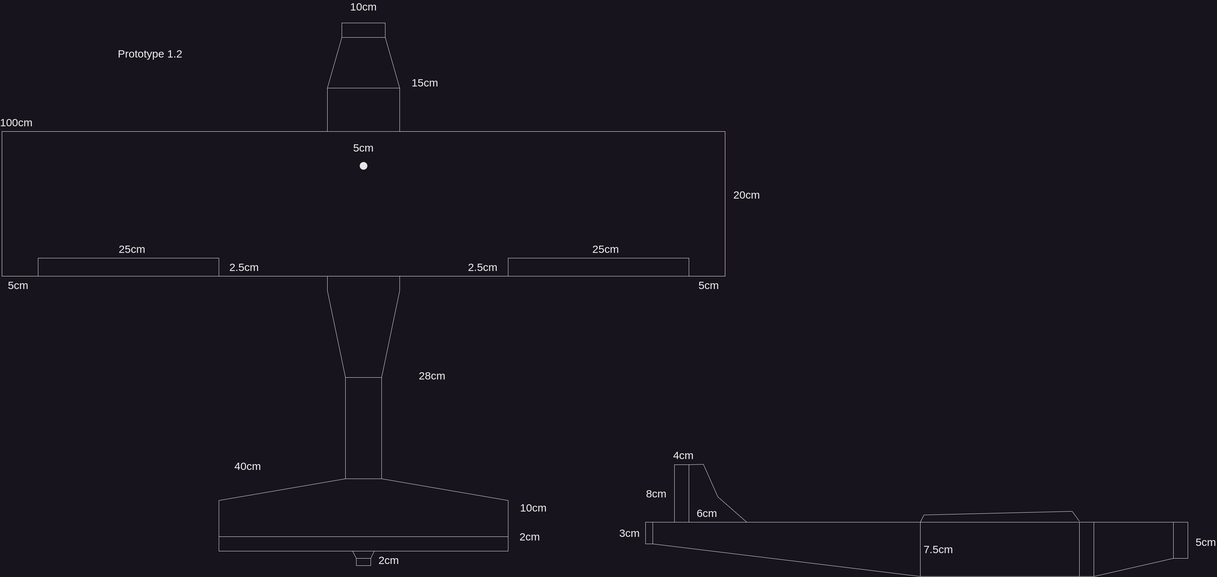
Before: resources/plane.png, a diagram exported from draw.io (dev-jtemel/rc_plane). Source tidied: cells renumbered, new cells last; positions are measured from the earlier drawing's top-left corner, leaving out a move shared by most shapes.
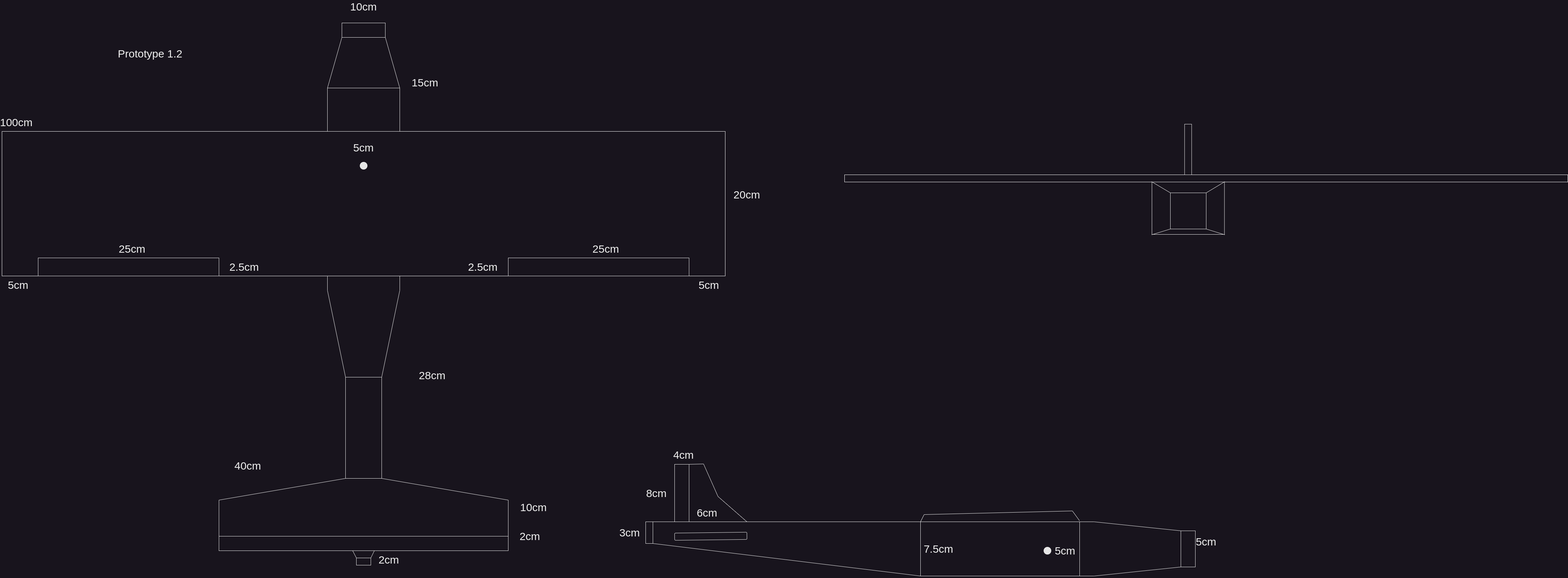
After the commit.

Change to the diagram source:
```diff
@@ -2,6 +2,12 @@
   <root>
     <mxCell id="0" />
     <mxCell id="1" parent="0" />
+    <mxCell id="52" style="rounded=0;whiteSpace=wrap;html=1;fillColor=none;fontColor=#ffffff;strokeColor=#FFFFFF;fontSize=30;" parent="1" vertex="1">
+      <mxGeometry x="2330" y="480" width="2000" height="20" as="geometry" />
+    </mxCell>
+    <mxCell id="53" style="rounded=0;whiteSpace=wrap;html=1;fillColor=none;perimeterSpacing=1;shadow=0;glass=0;" parent="1" vertex="1">
+      <mxGeometry x="3180" y="500" width="200.5" height="145" as="geometry" />
+    </mxCell>
     <mxCell id="2" style="rounded=0;whiteSpace=wrap;html=1;fillColor=none;fontColor=#ffffff;strokeColor=#FFFFFF;fontSize=30;" parent="1" vertex="1">
       <mxGeometry y="360" width="2000" height="400" as="geometry" />
     </mxCell>
@@ -141,9 +147,11 @@
     <mxCell id="40" style="rounded=0;whiteSpace=wrap;html=1;" parent="1" vertex="1">
       <mxGeometry x="1780" y="1440" width="20" height="60" as="geometry" />
     </mxCell>
-    <mxCell id="41" style="endArrow=none;html=1;rounded=0;exitX=1;exitY=0;exitDx=0;exitDy=0;entryX=1;entryY=0;entryDx=0;entryDy=0;" parent="1" edge="1" source="40">
+    <mxCell id="41" style="endArrow=none;html=1;rounded=0;exitX=1;exitY=0;exitDx=0;exitDy=0;entryX=0;entryY=0;entryDx=0;entryDy=0;" parent="1" edge="1" source="40" target="46">
       <mxGeometry relative="1" as="geometry">
-        <mxPoint x="3280" y="1440" as="targetPoint" />
+        <Array as="points">
+          <mxPoint x="3020" y="1440" />
+        </Array>
       </mxGeometry>
     </mxCell>
     <mxCell id="42" value="4cm" style="text;html=1;strokeColor=none;fillColor=none;align=center;verticalAlign=middle;whiteSpace=wrap;rounded=0;fontSize=30;" parent="1" vertex="1">
@@ -159,10 +167,14 @@
       <mxGeometry relative="1" as="geometry" />
     </mxCell>
     <mxCell id="46" style="rounded=0;whiteSpace=wrap;html=1;fillColor=none;" parent="1" vertex="1">
-      <mxGeometry x="3240" y="1440" width="40" height="100" as="geometry" />
+      <mxGeometry x="3260" y="1465" width="40" height="100" as="geometry" />
     </mxCell>
-    <mxCell id="47" style="endArrow=none;html=1;rounded=0;entryX=0;entryY=1;entryDx=0;entryDy=0;exitX=1;exitY=1;exitDx=0;exitDy=0;" parent="1" edge="1" source="51" target="46">
-      <mxGeometry relative="1" as="geometry" />
+    <mxCell id="47" style="endArrow=none;html=1;rounded=0;entryX=0;entryY=1;entryDx=0;entryDy=0;exitX=1;exitY=1;exitDx=0;exitDy=0;" parent="1" edge="1" source="44" target="46">
+      <mxGeometry relative="1" as="geometry">
+        <Array as="points">
+          <mxPoint x="3020" y="1590" />
+        </Array>
+      </mxGeometry>
     </mxCell>
     <mxCell id="48" style="endArrow=none;html=1;rounded=0;entryX=0.999;entryY=-0.021;entryDx=0;entryDy=0;entryPerimeter=0;exitX=0;exitY=0;exitDx=0;exitDy=0;" parent="1" edge="1" source="44" target="44">
       <mxGeometry relative="1" as="geometry">
@@ -178,8 +190,32 @@
     <mxCell id="50" value="5cm" style="text;html=1;strokeColor=none;fillColor=none;align=center;verticalAlign=middle;whiteSpace=wrap;rounded=0;fontSize=30;" parent="1" vertex="1">
       <mxGeometry x="3300" y="1480" width="60" height="30" as="geometry" />
     </mxCell>
-    <mxCell id="51" style="rounded=0;whiteSpace=wrap;html=1;fillColor=none;" parent="1" vertex="1">
-      <mxGeometry x="2980" y="1440" width="40" height="150" as="geometry" />
-    </mxCell>
+    <mxCell id="54" style="ellipse;whiteSpace=wrap;html=1;direction=south;fillColor=#E6E6E6;fontSize=30;" parent="1" vertex="1">
+      <mxGeometry x="2881" y="1510" width="20" height="20" as="geometry" />
+    </mxCell>
+    <mxCell id="55" value="5cm" style="text;html=1;strokeColor=none;fillColor=none;align=center;verticalAlign=middle;whiteSpace=wrap;rounded=0;fontSize=30;" parent="1" vertex="1">
+      <mxGeometry x="2910" y="1505" width="60" height="30" as="geometry" />
+    </mxCell>
+    <mxCell id="56" style="rounded=1;whiteSpace=wrap;html=1;fillColor=none;rotation=-0.7;" parent="1" vertex="1">
+      <mxGeometry x="1860" y="1470" width="200" height="20" as="geometry" />
+    </mxCell>
+    <mxCell id="57" style="rounded=0;whiteSpace=wrap;html=1;fillColor=none;" parent="1" vertex="1">
+      <mxGeometry x="3231" y="530" width="99" height="100" as="geometry" />
+    </mxCell>
+    <mxCell id="58" style="endArrow=none;html=1;rounded=0;entryX=1;entryY=0;entryDx=0;entryDy=0;exitX=1;exitY=0;exitDx=0;exitDy=0;" parent="1" edge="1" source="57" target="53">
+      <mxGeometry relative="1" as="geometry" />
+    </mxCell>
+    <mxCell id="59" style="endArrow=none;html=1;rounded=0;entryX=0;entryY=0;entryDx=0;entryDy=0;exitX=0;exitY=0;exitDx=0;exitDy=0;" parent="1" edge="1" source="57" target="53">
+      <mxGeometry relative="1" as="geometry" />
+    </mxCell>
+    <mxCell id="60" style="endArrow=none;html=1;rounded=0;entryX=0;entryY=1;entryDx=0;entryDy=0;exitX=0;exitY=1;exitDx=0;exitDy=0;" parent="1" edge="1" source="53" target="57">
+      <mxGeometry relative="1" as="geometry" />
+    </mxCell>
+    <mxCell id="61" style="endArrow=none;html=1;rounded=0;entryX=1;entryY=1;entryDx=0;entryDy=0;exitX=1;exitY=1;exitDx=0;exitDy=0;" parent="1" edge="1" source="53" target="57">
+      <mxGeometry relative="1" as="geometry" />
+    </mxCell>
+    <mxCell id="62" style="rounded=0;whiteSpace=wrap;html=1;fillColor=none;" parent="1" vertex="1">
+      <mxGeometry x="3270.2" y="340" width="19.5" height="140" as="geometry" />
+    </mxCell>
   </root>
 </mxGraphModel>
```
